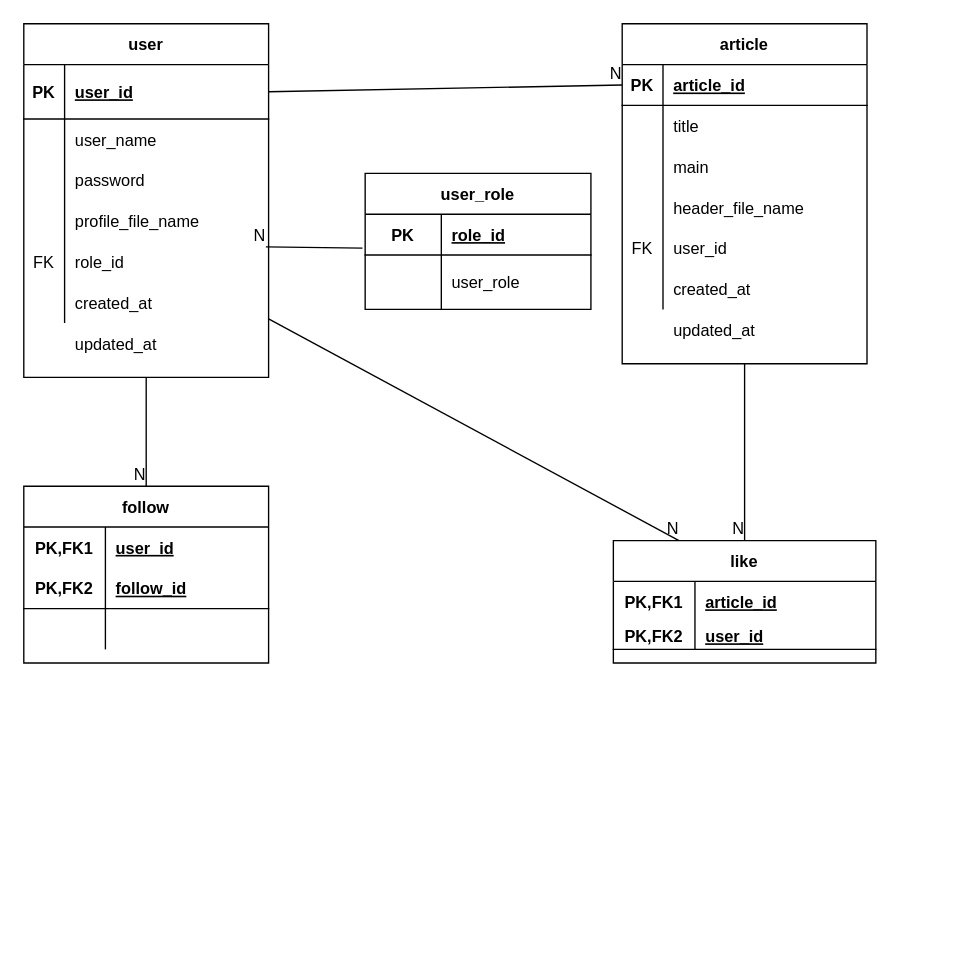
Earlier version of the draw.io diagram infra/db/ER.dio (Yuichi-Kadota/blog-app). Source tidied: cells renumbered, new cells numbered last; positions are measured from the earlier drawing's top-left corner, leaving out a move shared by most shapes. Both pictures are drawn from the tidied source at 136%, with x=0, y=0 at pixel (23, 23).
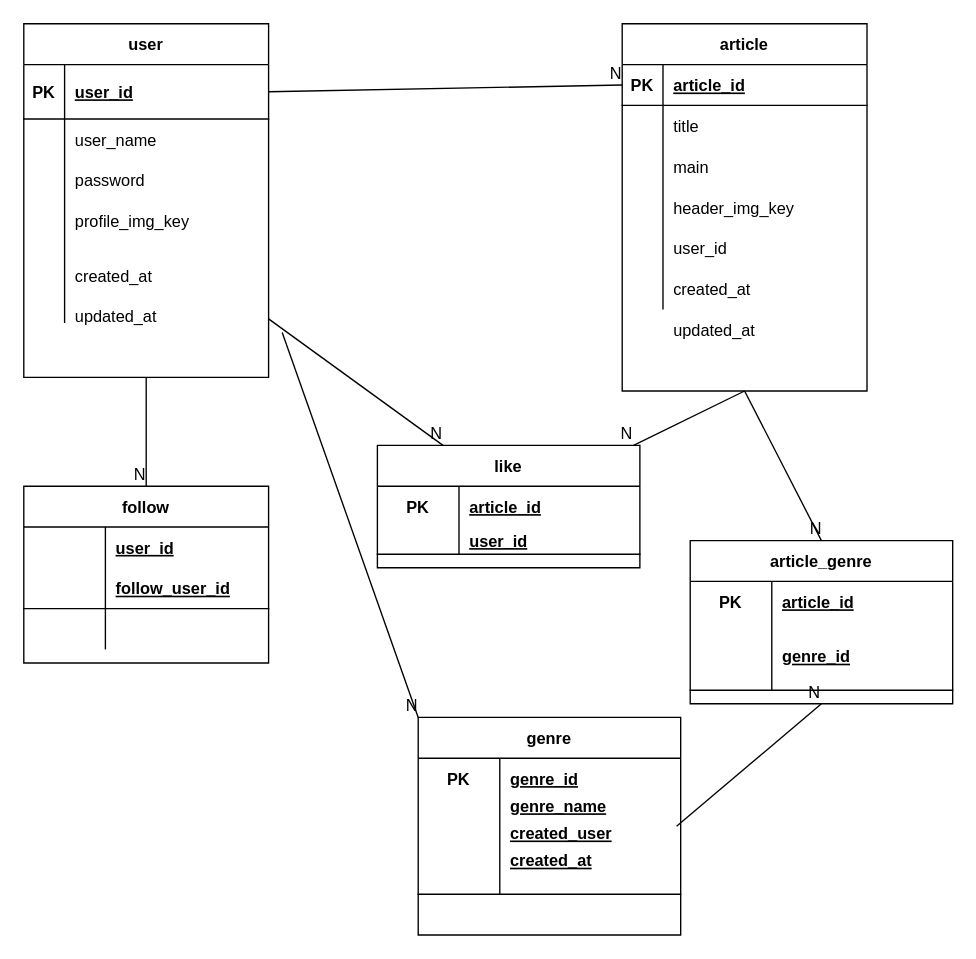
The same diagram, later.

Commit message:
mod ddl

Unchanged cells that the change refers to:
```xml
<mxCell id="12" style="shape=partialRectangle;fillColor=none;top=0;left=0;bottom=0;right=0;" parent="2" vertex="1">
  <mxGeometry y="130" width="180" height="30" as="geometry" />
</mxCell>
<mxCell id="15" style="shape=partialRectangle;fillColor=none;top=0;left=0;bottom=0;right=0;points=[[0,0.5],[1,0.5]];portConstraint=eastwest;" parent="2" vertex="1">
  <mxGeometry y="160" width="180" height="30" as="geometry" />
</mxCell>
<mxCell id="22" style="shape=partialRectangle;fillColor=none;top=0;left=0;bottom=0;right=0;" parent="21" vertex="1">
  <mxGeometry y="30" width="180" height="30" as="geometry" />
</mxCell>
<mxCell id="25" style="shape=partialRectangle;fillColor=none;top=0;left=0;bottom=1;right=0;" parent="21" vertex="1">
  <mxGeometry y="60" width="180" height="30" as="geometry" />
</mxCell>
<mxCell id="48" style="shape=partialRectangle;fillColor=none;top=0;left=0;bottom=0;right=0;" parent="38" vertex="1">
  <mxGeometry y="120" width="180" height="30" as="geometry" />
</mxCell>
<mxCell id="51" style="shape=partialRectangle;fillColor=none;top=0;left=0;bottom=0;right=0;" parent="38" vertex="1">
  <mxGeometry y="150" width="180" height="30" as="geometry" />
</mxCell>
<mxCell id="68" style="shape=partialRectangle;fillColor=none;top=0;left=0;bottom=0;right=0;" parent="67" vertex="1">
  <mxGeometry y="30" width="193" height="30" as="geometry" />
</mxCell>
<mxCell id="71" style="shape=partialRectangle;fillColor=none;top=0;left=0;bottom=1;right=0;" parent="67" vertex="1">
  <mxGeometry y="60" width="193" height="20" as="geometry" />
</mxCell>
```

Diff of the diagram source:
```diff
@@
-    <mxCell id="14" value="profile_file_name" style="shape=partialRectangle;fillColor=none;top=0;left=0;bottom=0;right=0;align=left;spacingLeft=6;overflow=hidden;" parent="12" vertex="1">
+    <mxCell id="14" value="profile_img_key" style="shape=partialRectangle;fillColor=none;top=0;left=0;bottom=0;right=0;align=left;spacingLeft=6;overflow=hidden;" parent="12" vertex="1">
       <mxGeometry x="30" width="150" height="30" as="geometry" />
     </mxCell>
@@
-    <mxCell id="16" value="FK" style="shape=partialRectangle;fillColor=none;top=0;left=0;bottom=0;right=0;overflow=hidden;" parent="15" vertex="1">
+    <mxCell id="16" style="shape=partialRectangle;fillColor=none;top=0;left=0;bottom=0;right=0;overflow=hidden;" parent="15" vertex="1">
       <mxGeometry width="30" height="30" as="geometry" />
     </mxCell>
-    <mxCell id="17" value="role_id" style="shape=partialRectangle;fillColor=none;top=0;left=0;bottom=0;right=0;align=left;spacingLeft=6;overflow=hidden;" parent="15" vertex="1">
+    <mxCell id="17" style="shape=partialRectangle;fillColor=none;top=0;left=0;bottom=0;right=0;align=left;spacingLeft=6;overflow=hidden;" parent="15" vertex="1">
       <mxGeometry x="30" width="150" height="30" as="geometry" />
     </mxCell>
@@
-    <mxCell id="23" value="PK,FK1" style="shape=partialRectangle;fillColor=none;top=0;left=0;bottom=0;right=0;fontStyle=1;overflow=hidden;" parent="22" vertex="1">
+    <mxCell id="23" style="shape=partialRectangle;fillColor=none;top=0;left=0;bottom=0;right=0;fontStyle=1;overflow=hidden;" parent="22" vertex="1">
       <mxGeometry width="60" height="30" as="geometry" />
     </mxCell>
@@
-    <mxCell id="26" value="PK,FK2" style="shape=partialRectangle;fillColor=none;top=0;left=0;bottom=0;right=0;fontStyle=1;overflow=hidden;" parent="25" vertex="1">
+    <mxCell id="26" style="shape=partialRectangle;fillColor=none;top=0;left=0;bottom=0;right=0;fontStyle=1;overflow=hidden;" parent="25" vertex="1">
       <mxGeometry width="60" height="30" as="geometry" />
     </mxCell>
-    <mxCell id="27" value="follow_id" style="shape=partialRectangle;fillColor=none;top=0;left=0;bottom=0;right=0;align=left;spacingLeft=6;fontStyle=5;overflow=hidden;" parent="25" vertex="1">
+    <mxCell id="27" value="follow_user_id" style="shape=partialRectangle;fillColor=none;top=0;left=0;bottom=0;right=0;align=left;spacingLeft=6;fontStyle=5;overflow=hidden;" parent="25" vertex="1">
       <mxGeometry x="60" width="120" height="30" as="geometry" />
     </mxCell>
@@
-    <mxCell id="31" value="user_role" style="shape=table;startSize=30;childLayout=tableLayout;rowLines=0;fontStyle=1;align=center;" parent="1" vertex="1">
-      <mxGeometry x="251" y="110" width="166" height="100" as="geometry" />
-    </mxCell>
-    <mxCell id="32" style="shape=partialRectangle;fillColor=none;top=0;left=0;bottom=1;right=0;points=[[0,0.5],[1,0.5]];portConstraint=eastwest;" parent="31" vertex="1">
-      <mxGeometry y="30" width="166" height="30" as="geometry" />
-    </mxCell>
-    <mxCell id="33" value="PK" style="shape=partialRectangle;fillColor=none;top=0;left=0;bottom=0;right=0;fontStyle=1;overflow=hidden;" parent="32" vertex="1">
-      <mxGeometry width="56" height="30" as="geometry" />
-    </mxCell>
-    <mxCell id="34" value="role_id" style="shape=partialRectangle;fillColor=none;top=0;left=0;bottom=0;right=0;align=left;spacingLeft=6;fontStyle=5;overflow=hidden;" parent="32" vertex="1">
-      <mxGeometry x="56" width="110" height="30" as="geometry" />
-    </mxCell>
-    <mxCell id="35" style="shape=partialRectangle;fillColor=none;top=0;left=0;bottom=0;right=0;" parent="31" vertex="1">
-      <mxGeometry y="60" width="166" height="40" as="geometry" />
-    </mxCell>
-    <mxCell id="36" style="shape=partialRectangle;fillColor=none;top=0;left=0;bottom=0;right=0;overflow=hidden;" parent="35" vertex="1">
-      <mxGeometry width="56" height="40" as="geometry" />
-    </mxCell>
-    <mxCell id="37" value="user_role" style="shape=partialRectangle;fillColor=none;top=0;left=0;bottom=0;right=0;align=left;spacingLeft=6;overflow=hidden;" parent="35" vertex="1">
-      <mxGeometry x="56" width="110" height="40" as="geometry" />
-    </mxCell>
     <mxCell id="38" value="article" style="shape=table;startSize=30;childLayout=tableLayout;rowLines=0;fontStyle=1;align=center;" parent="1" vertex="1">
-      <mxGeometry x="440" width="180" height="250" as="geometry" />
+      <mxGeometry x="440" width="180" height="270" as="geometry" />
     </mxCell>
@@
-    <mxCell id="50" value="header_file_name" style="shape=partialRectangle;fillColor=none;top=0;left=0;bottom=0;right=0;align=left;spacingLeft=6;overflow=hidden;" parent="48" vertex="1">
+    <mxCell id="50" value="header_img_key" style="shape=partialRectangle;fillColor=none;top=0;left=0;bottom=0;right=0;align=left;spacingLeft=6;overflow=hidden;" parent="48" vertex="1">
       <mxGeometry x="30" width="150" height="30" as="geometry" />
     </mxCell>
@@
-    <mxCell id="52" value="FK" style="shape=partialRectangle;fillColor=none;top=0;left=0;bottom=0;right=0;overflow=hidden;" parent="51" vertex="1">
+    <mxCell id="52" style="shape=partialRectangle;fillColor=none;top=0;left=0;bottom=0;right=0;overflow=hidden;" parent="51" vertex="1">
       <mxGeometry width="30" height="30" as="geometry" />
     </mxCell>
@@
-    <mxCell id="63" style="endArrow=none;html=1;rounded=0;exitX=-0.012;exitY=0.833;exitDx=0;exitDy=0;exitPerimeter=0;entryX=0.989;entryY=0.133;entryDx=0;entryDy=0;entryPerimeter=0;" parent="1" edge="1" source="32" target="15">
-      <mxGeometry relative="1" as="geometry" />
-    </mxCell>
-    <mxCell id="64" value="N" style="html=1;align=right;verticalAlign=bottom;" parent="63" vertex="1">
-      <mxGeometry x="1" relative="1" as="geometry" />
-    </mxCell>
@@
     <mxCell id="67" value="like" style="shape=table;startSize=30;childLayout=tableLayout;rowLines=0;fontStyle=1;align=center;" parent="1" vertex="1">
-      <mxGeometry x="433.5" y="380" width="193" height="90" as="geometry" />
+      <mxGeometry x="260" y="310" width="193" height="90" as="geometry" />
     </mxCell>
@@
-    <mxCell id="69" value="PK,FK1" style="shape=partialRectangle;fillColor=none;top=0;left=0;bottom=0;right=0;fontStyle=1;overflow=hidden;" parent="68" vertex="1">
+    <mxCell id="69" value="PK" style="shape=partialRectangle;fillColor=none;top=0;left=0;bottom=0;right=0;fontStyle=1;overflow=hidden;" parent="68" vertex="1">
       <mxGeometry width="60" height="30" as="geometry" />
     </mxCell>
@@
-    <mxCell id="72" value="PK,FK2" style="shape=partialRectangle;fillColor=none;top=0;left=0;bottom=0;right=0;fontStyle=1;overflow=hidden;" parent="71" vertex="1">
+    <mxCell id="72" style="shape=partialRectangle;fillColor=none;top=0;left=0;bottom=0;right=0;fontStyle=1;overflow=hidden;" parent="71" vertex="1">
       <mxGeometry width="60" height="20" as="geometry" />
     </mxCell>
@@
     <mxCell id="74" value="created_at" style="shape=partialRectangle;fillColor=none;top=0;left=0;bottom=0;right=0;align=left;spacingLeft=6;overflow=hidden;" parent="1" vertex="1">
-      <mxGeometry x="30" y="190" width="150" height="30" as="geometry" />
+      <mxGeometry x="30" y="170" width="150" height="30" as="geometry" />
     </mxCell>
     <mxCell id="75" value="updated_at" style="shape=partialRectangle;fillColor=none;top=0;left=0;bottom=0;right=0;align=left;spacingLeft=6;overflow=hidden;" parent="1" vertex="1">
-      <mxGeometry x="30" y="220" width="150" height="30" as="geometry" />
+      <mxGeometry x="30" y="200" width="150" height="30" as="geometry" />
     </mxCell>
@@
+    <mxCell id="78" value="genre" style="shape=table;startSize=30;childLayout=tableLayout;rowLines=0;fontStyle=1;align=center;" parent="1" vertex="1">
+      <mxGeometry x="290" y="510" width="193" height="160" as="geometry" />
+    </mxCell>
+    <mxCell id="79" style="shape=partialRectangle;fillColor=none;top=0;left=0;bottom=0;right=0;" parent="78" vertex="1">
+      <mxGeometry y="30" width="193" height="30" as="geometry" />
+    </mxCell>
+    <mxCell id="80" value="PK" style="shape=partialRectangle;fillColor=none;top=0;left=0;bottom=0;right=0;fontStyle=1;overflow=hidden;" parent="79" vertex="1">
+      <mxGeometry width="60" height="30" as="geometry" />
+    </mxCell>
+    <mxCell id="81" value="genre_id" style="shape=partialRectangle;fillColor=none;top=0;left=0;bottom=0;right=0;align=left;spacingLeft=6;fontStyle=5;overflow=hidden;" parent="79" vertex="1">
+      <mxGeometry x="60" width="133" height="30" as="geometry" />
+    </mxCell>
+    <mxCell id="82" style="shape=partialRectangle;fillColor=none;top=0;left=0;bottom=1;right=0;" parent="78" vertex="1">
+      <mxGeometry y="60" width="193" height="70" as="geometry" />
+    </mxCell>
+    <mxCell id="83" style="shape=partialRectangle;fillColor=none;top=0;left=0;bottom=0;right=0;fontStyle=1;overflow=hidden;" parent="82" vertex="1">
+      <mxGeometry width="60" height="70" as="geometry" />
+    </mxCell>
+    <mxCell id="84" style="shape=partialRectangle;fillColor=none;top=0;left=0;bottom=0;right=0;align=left;spacingLeft=6;fontStyle=5;overflow=hidden;" parent="82" vertex="1">
+      <mxGeometry x="60" width="133" height="70" as="geometry" />
+    </mxCell>
+    <mxCell id="85" value="genre_name" style="shape=partialRectangle;fillColor=none;top=0;left=0;bottom=0;right=0;align=left;spacingLeft=6;fontStyle=5;overflow=hidden;" parent="1" vertex="1">
+      <mxGeometry x="350" y="560" width="133" height="30" as="geometry" />
+    </mxCell>
+    <mxCell id="86" value="created_at" style="shape=partialRectangle;fillColor=none;top=0;left=0;bottom=0;right=0;align=left;spacingLeft=6;fontStyle=5;overflow=hidden;" parent="1" vertex="1">
+      <mxGeometry x="350" y="600" width="133" height="30" as="geometry" />
+    </mxCell>
+    <mxCell id="87" value="created_user" style="shape=partialRectangle;fillColor=none;top=0;left=0;bottom=0;right=0;align=left;spacingLeft=6;fontStyle=5;overflow=hidden;" parent="1" vertex="1">
+      <mxGeometry x="350" y="580" width="133" height="30" as="geometry" />
+    </mxCell>
+    <mxCell id="88" value="article_genre" style="shape=table;startSize=30;childLayout=tableLayout;rowLines=0;fontStyle=1;align=center;" parent="1" vertex="1">
+      <mxGeometry x="490" y="380" width="193" height="120" as="geometry" />
+    </mxCell>
+    <mxCell id="89" style="shape=partialRectangle;fillColor=none;top=0;left=0;bottom=0;right=0;" parent="88" vertex="1">
+      <mxGeometry y="30" width="193" height="30" as="geometry" />
+    </mxCell>
+    <mxCell id="90" value="PK" style="shape=partialRectangle;fillColor=none;top=0;left=0;bottom=0;right=0;fontStyle=1;overflow=hidden;" parent="89" vertex="1">
+      <mxGeometry width="60" height="30" as="geometry" />
+    </mxCell>
+    <mxCell id="91" value="article_id" style="shape=partialRectangle;fillColor=none;top=0;left=0;bottom=0;right=0;align=left;spacingLeft=6;fontStyle=5;overflow=hidden;" parent="89" vertex="1">
+      <mxGeometry x="60" width="133" height="30" as="geometry" />
+    </mxCell>
+    <mxCell id="92" style="shape=partialRectangle;fillColor=none;top=0;left=0;bottom=1;right=0;" parent="88" vertex="1">
+      <mxGeometry y="60" width="193" height="50" as="geometry" />
+    </mxCell>
+    <mxCell id="93" style="shape=partialRectangle;fillColor=none;top=0;left=0;bottom=0;right=0;fontStyle=1;overflow=hidden;" parent="92" vertex="1">
+      <mxGeometry width="60" height="50" as="geometry" />
+    </mxCell>
+    <mxCell id="94" value="genre_id" style="shape=partialRectangle;fillColor=none;top=0;left=0;bottom=0;right=0;align=left;spacingLeft=6;fontStyle=5;overflow=hidden;" parent="92" vertex="1">
+      <mxGeometry x="60" width="133" height="50" as="geometry" />
+    </mxCell>
+    <mxCell id="95" style="endArrow=none;html=1;rounded=0;exitX=1;exitY=0.9;exitDx=0;exitDy=0;exitPerimeter=0;entryX=0;entryY=0;entryDx=0;entryDy=0;" parent="1" edge="1" target="78">
+      <mxGeometry relative="1" as="geometry">
+        <mxPoint x="190" y="227" as="sourcePoint" />
+      </mxGeometry>
+    </mxCell>
+    <mxCell id="96" value="N" style="html=1;align=right;verticalAlign=bottom;" parent="95" vertex="1">
+      <mxGeometry x="1" relative="1" as="geometry" />
+    </mxCell>
+    <mxCell id="97" style="endArrow=none;html=1;rounded=0;exitX=0.5;exitY=1;exitDx=0;exitDy=0;entryX=0.5;entryY=0;entryDx=0;entryDy=0;" parent="1" edge="1" source="38" target="88">
+      <mxGeometry relative="1" as="geometry" />
+    </mxCell>
+    <mxCell id="98" value="N" style="html=1;align=right;verticalAlign=bottom;" parent="97" vertex="1">
+      <mxGeometry x="1" relative="1" as="geometry" />
+    </mxCell>
+    <mxCell id="99" style="endArrow=none;html=1;rounded=0;entryX=0.5;entryY=1;entryDx=0;entryDy=0;" parent="1" edge="1" target="88">
+      <mxGeometry relative="1" as="geometry">
+        <mxPoint x="480" y="590" as="sourcePoint" />
+      </mxGeometry>
+    </mxCell>
+    <mxCell id="100" value="N" style="html=1;align=right;verticalAlign=bottom;" parent="99" vertex="1">
+      <mxGeometry x="1" relative="1" as="geometry" />
+    </mxCell>
```
